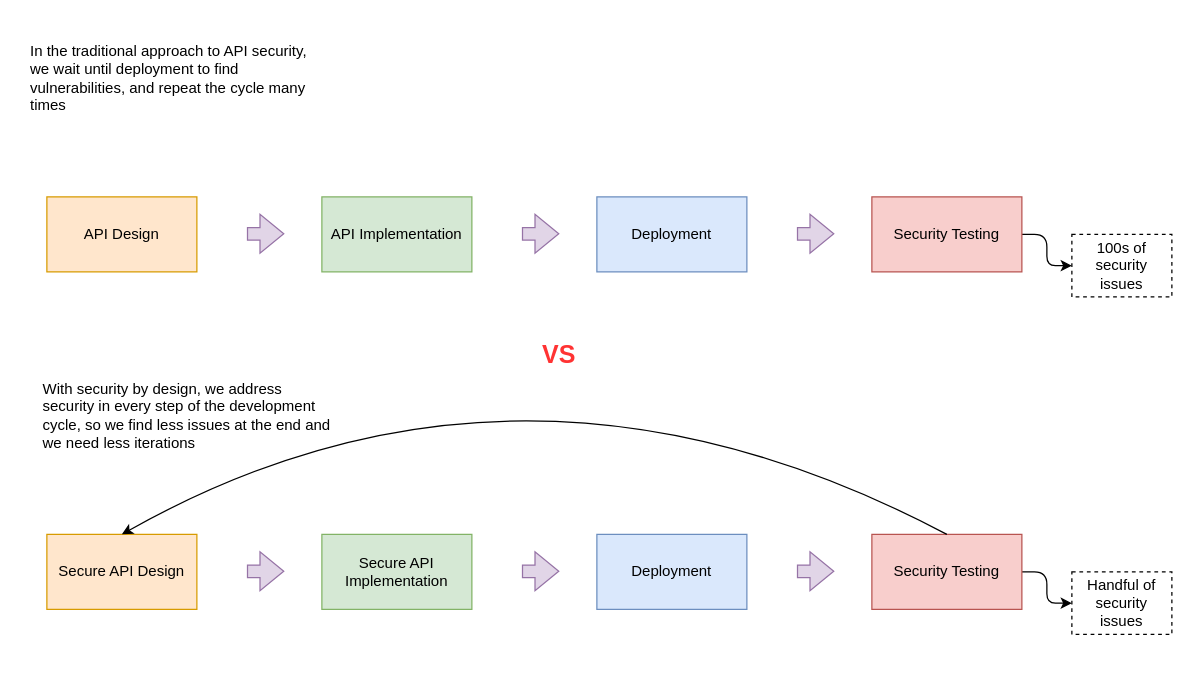
This is page "1.4" (4 of 7) of ch01.drawio from abunuwas/api-sec-book-imgs, a draw.io file, before an edit. Source tidied: cells renumbered, new cells numbered last; positions are measured from the earlier drawing's top-left corner, leaving out a move shared by most shapes. Both pictures are drawn from the tidied source at 125%, with x=0, y=0 at pixel (21, 21).
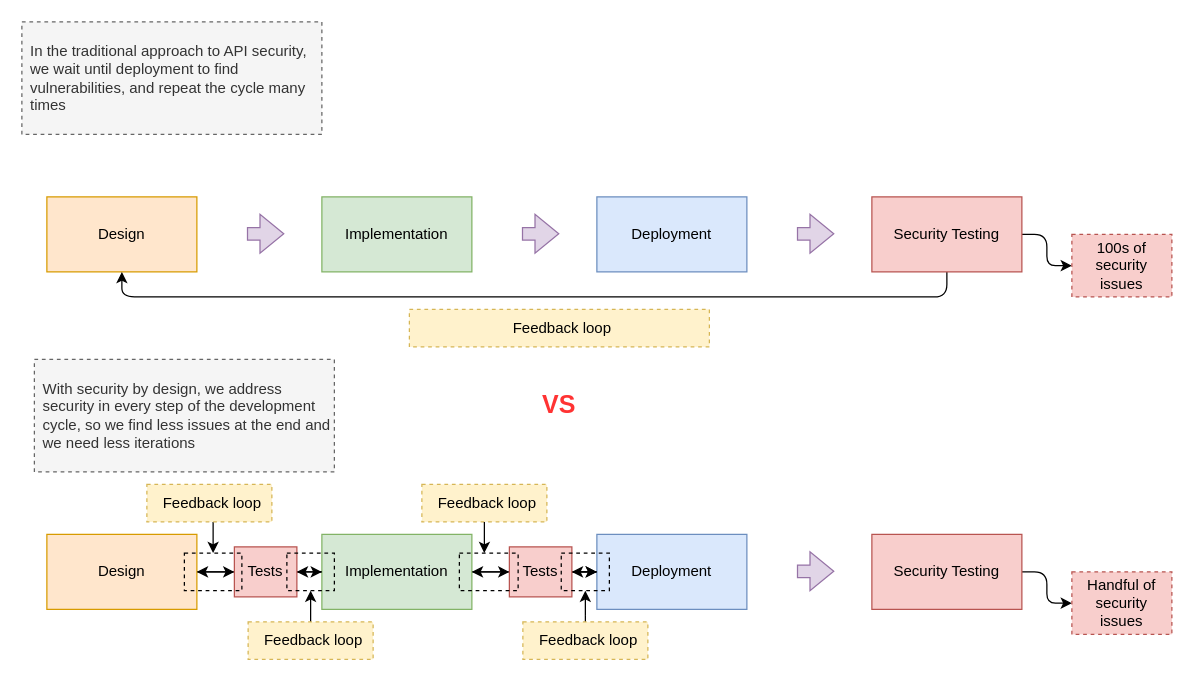
Above is the later version.

Unchanged cells that the change refers to:
```xml
<mxCell id="6" value="Security Testing" style="rounded=0;whiteSpace=wrap;html=1;fillColor=#f8cecc;strokeColor=#b85450;" parent="1" vertex="1">
  <mxGeometry x="680" y="140" width="120" height="60" as="geometry" />
</mxCell>
<mxCell id="12" value="Deployment" style="rounded=0;whiteSpace=wrap;html=1;fillColor=#dae8fc;strokeColor=#6c8ebf;" parent="1" vertex="1">
  <mxGeometry x="460" y="410" width="120" height="60" as="geometry" />
</mxCell>
<mxCell id="14" value="Security Testing" style="rounded=0;whiteSpace=wrap;html=1;fillColor=#f8cecc;strokeColor=#b85450;" parent="1" vertex="1">
  <mxGeometry x="680" y="410" width="120" height="60" as="geometry" />
</mxCell>
```

What changed in the source:
```diff
@@
-    <mxCell id="2" value="API Design" style="rounded=0;whiteSpace=wrap;html=1;fillColor=#ffe6cc;strokeColor=#d79b00;" parent="1" vertex="1">
+    <mxCell id="2" value="Design" style="rounded=0;whiteSpace=wrap;html=1;fillColor=#ffe6cc;strokeColor=#d79b00;" parent="1" vertex="1">
       <mxGeometry x="20" y="140" width="120" height="60" as="geometry" />
     </mxCell>
-    <mxCell id="3" value="API Implementation" style="rounded=0;whiteSpace=wrap;html=1;fillColor=#d5e8d4;strokeColor=#82b366;" parent="1" vertex="1">
+    <mxCell id="3" value="Implementation" style="rounded=0;whiteSpace=wrap;html=1;fillColor=#d5e8d4;strokeColor=#82b366;" parent="1" vertex="1">
       <mxGeometry x="240" y="140" width="120" height="60" as="geometry" />
     </mxCell>
@@
+    <mxCell id="24" style="edgeStyle=orthogonalEdgeStyle;rounded=1;jettySize=auto;html=1;entryX=0.5;entryY=1;entryDx=0;entryDy=0;curved=0;" parent="1" edge="1" source="6" target="2">
+      <mxGeometry relative="1" as="geometry">
+        <Array as="points">
+          <mxPoint x="740" y="220" />
+          <mxPoint x="80" y="220" />
+        </Array>
+      </mxGeometry>
+    </mxCell>
@@
+    <mxCell id="25" style="edgeStyle=orthogonalEdgeStyle;rounded=0;jettySize=auto;html=1;entryX=0;entryY=0.5;entryDx=0;entryDy=0;" parent="1" edge="1" source="10" target="31">
+      <mxGeometry relative="1" as="geometry" />
+    </mxCell>
-    <mxCell id="10" value="Secure API Design" style="rounded=0;whiteSpace=wrap;html=1;fillColor=#ffe6cc;strokeColor=#d79b00;" parent="1" vertex="1">
+    <mxCell id="10" value="Design" style="rounded=0;whiteSpace=wrap;html=1;fillColor=#ffe6cc;strokeColor=#d79b00;" parent="1" vertex="1">
       <mxGeometry x="20" y="410" width="120" height="60" as="geometry" />
     </mxCell>
+    <mxCell id="26" style="edgeStyle=orthogonalEdgeStyle;rounded=0;jettySize=auto;html=1;" parent="1" edge="1" source="11" target="35">
+      <mxGeometry relative="1" as="geometry" />
+    </mxCell>
+    <mxCell id="27" style="edgeStyle=orthogonalEdgeStyle;rounded=0;jettySize=auto;html=1;entryX=1;entryY=0.5;entryDx=0;entryDy=0;" parent="1" edge="1" source="11" target="31">
+      <mxGeometry relative="1" as="geometry" />
+    </mxCell>
-    <mxCell id="11" value="Secure API Implementation" style="rounded=0;whiteSpace=wrap;html=1;fillColor=#d5e8d4;strokeColor=#82b366;" parent="1" vertex="1">
+    <mxCell id="11" value="Implementation" style="rounded=0;whiteSpace=wrap;html=1;fillColor=#d5e8d4;strokeColor=#82b366;" parent="1" vertex="1">
       <mxGeometry x="240" y="410" width="120" height="60" as="geometry" />
     </mxCell>
+    <mxCell id="28" style="edgeStyle=orthogonalEdgeStyle;rounded=0;jettySize=auto;html=1;entryX=1;entryY=0.5;entryDx=0;entryDy=0;" parent="1" edge="1" source="12" target="35">
+      <mxGeometry relative="1" as="geometry" />
+    </mxCell>
@@
-    <mxCell id="15" style="shape=flexArrow;endArrow=classic;html=1;rounded=0;fillColor=#e1d5e7;strokeColor=#9673a6;" parent="1" edge="1">
-      <mxGeometry relative="1" as="geometry">
-        <mxPoint x="180" y="439.5" as="sourcePoint" />
-        <mxPoint x="210" y="439.5" as="targetPoint" />
-      </mxGeometry>
-    </mxCell>
-    <mxCell id="16" style="shape=flexArrow;endArrow=classic;html=1;rounded=0;fillColor=#e1d5e7;strokeColor=#9673a6;" parent="1" edge="1">
-      <mxGeometry relative="1" as="geometry">
-        <mxPoint x="400" y="439.5" as="sourcePoint" />
-        <mxPoint x="430" y="439.5" as="targetPoint" />
-      </mxGeometry>
-    </mxCell>
@@
-    <mxCell id="18" value="100s of security issues" style="text;html=1;strokeColor=default;fillColor=none;align=center;verticalAlign=middle;whiteSpace=wrap;rounded=0;dashed=1;" parent="1" vertex="1">
+    <mxCell id="18" value="100s of security issues" style="text;html=1;strokeColor=#b85450;fillColor=#f8cecc;align=center;verticalAlign=middle;whiteSpace=wrap;rounded=0;dashed=1;" parent="1" vertex="1">
       <mxGeometry x="840" y="170" width="80" height="50" as="geometry" />
     </mxCell>
-    <mxCell id="19" style="endArrow=classic;html=1;exitX=0.5;exitY=0;exitDx=0;exitDy=0;entryX=0.5;entryY=0;entryDx=0;entryDy=0;curved=1;" parent="1" edge="1" source="14" target="10">
-      <mxGeometry relative="1" as="geometry">
-        <Array as="points">
-          <mxPoint x="400" y="230" />
-        </Array>
-      </mxGeometry>
-    </mxCell>
-    <mxCell id="20" value="Handful of security issues" style="text;html=1;strokeColor=default;fillColor=none;align=center;verticalAlign=middle;whiteSpace=wrap;rounded=0;dashed=1;" parent="1" vertex="1">
+    <mxCell id="20" value="Handful of security issues" style="text;html=1;strokeColor=#b85450;fillColor=#f8cecc;align=center;verticalAlign=middle;whiteSpace=wrap;rounded=0;dashed=1;" parent="1" vertex="1">
       <mxGeometry x="840" y="440" width="80" height="50" as="geometry" />
     </mxCell>
     <mxCell id="21" value="VS" style="text;html=1;strokeColor=none;fillColor=none;align=center;verticalAlign=middle;whiteSpace=wrap;rounded=0;fontStyle=1;fontSize=20;fontColor=#FF3333;" parent="1" vertex="1">
-      <mxGeometry x="400" y="250" width="60" height="30" as="geometry" />
+      <mxGeometry x="400" y="290" width="60" height="30" as="geometry" />
     </mxCell>
-    <mxCell id="22" value="In the traditional approach to API security, we wait until deployment to find vulnerabilities, and repeat the cycle many times" style="text;html=1;strokeColor=none;fillColor=none;align=left;verticalAlign=middle;whiteSpace=wrap;rounded=0;spacingLeft=5;" parent="1" vertex="1">
+    <mxCell id="22" value="In the traditional approach to API security, we wait until deployment to find vulnerabilities, and repeat the cycle many times" style="text;html=1;strokeColor=#666666;fillColor=#f5f5f5;align=left;verticalAlign=middle;whiteSpace=wrap;rounded=0;spacingLeft=5;dashed=1;fontColor=#333333;" parent="1" vertex="1">
       <mxGeometry width="240" height="90" as="geometry" />
     </mxCell>
-    <mxCell id="23" value="With security by design, we address security in every step of the development cycle, so we find less issues at the end and we need less iterations" style="text;html=1;strokeColor=none;fillColor=none;align=left;verticalAlign=middle;whiteSpace=wrap;rounded=0;spacingLeft=5;" parent="1" vertex="1">
+    <mxCell id="23" value="With security by design, we address security in every step of the development cycle, so we find less issues at the end and we need less iterations" style="text;html=1;strokeColor=#666666;fillColor=#f5f5f5;align=left;verticalAlign=middle;whiteSpace=wrap;rounded=0;spacingLeft=5;dashed=1;fontColor=#333333;" parent="1" vertex="1">
       <mxGeometry x="10" y="270" width="240" height="90" as="geometry" />
     </mxCell>
+    <mxCell id="29" style="edgeStyle=orthogonalEdgeStyle;rounded=0;jettySize=auto;html=1;" parent="1" edge="1" source="31">
+      <mxGeometry relative="1" as="geometry">
+        <mxPoint x="140" y="440" as="targetPoint" />
+      </mxGeometry>
+    </mxCell>
+    <mxCell id="30" style="edgeStyle=orthogonalEdgeStyle;rounded=0;jettySize=auto;html=1;entryX=0;entryY=0.5;entryDx=0;entryDy=0;" parent="1" edge="1" source="31" target="11">
+      <mxGeometry relative="1" as="geometry" />
+    </mxCell>
+    <mxCell id="31" value="Tests" style="rounded=0;whiteSpace=wrap;html=1;fillColor=#f8cecc;strokeColor=#b85450;" parent="1" vertex="1">
+      <mxGeometry x="170" y="420" width="50" height="40" as="geometry" />
+    </mxCell>
+    <mxCell id="32" style="edgeStyle=orthogonalEdgeStyle;rounded=0;jettySize=auto;html=1;entryX=0;entryY=0.5;entryDx=0;entryDy=0;" parent="1" edge="1" source="35" target="12">
+      <mxGeometry relative="1" as="geometry" />
+    </mxCell>
+    <mxCell id="33" style="edgeStyle=orthogonalEdgeStyle;rounded=0;jettySize=auto;html=1;" parent="1" edge="1" source="35" target="11">
+      <mxGeometry relative="1" as="geometry" />
+    </mxCell>
+    <mxCell id="34" style="edgeStyle=orthogonalEdgeStyle;rounded=0;jettySize=auto;html=1;" parent="1" edge="1" source="35">
+      <mxGeometry relative="1" as="geometry">
+        <mxPoint x="460" y="440" as="targetPoint" />
+      </mxGeometry>
+    </mxCell>
+    <mxCell id="35" value="Tests" style="rounded=0;whiteSpace=wrap;html=1;fillColor=#f8cecc;strokeColor=#b85450;" parent="1" vertex="1">
+      <mxGeometry x="390" y="420" width="50" height="40" as="geometry" />
+    </mxCell>
+    <mxCell id="36" value="Feedback loop" style="text;html=1;strokeColor=#d6b656;fillColor=#fff2cc;align=center;verticalAlign=middle;whiteSpace=wrap;rounded=0;spacingLeft=5;dashed=1;" parent="1" vertex="1">
+      <mxGeometry x="310" y="230" width="240" height="30" as="geometry" />
+    </mxCell>
+    <mxCell id="37" style="edgeStyle=orthogonalEdgeStyle;rounded=0;jettySize=auto;html=1;entryX=0.5;entryY=0;entryDx=0;entryDy=0;" parent="1" edge="1" source="38" target="44">
+      <mxGeometry relative="1" as="geometry">
+        <Array as="points">
+          <mxPoint x="153" y="420" />
+          <mxPoint x="153" y="420" />
+        </Array>
+      </mxGeometry>
+    </mxCell>
+    <mxCell id="38" value="Feedback loop" style="text;html=1;strokeColor=#d6b656;fillColor=#fff2cc;align=center;verticalAlign=middle;whiteSpace=wrap;rounded=0;spacingLeft=5;dashed=1;" parent="1" vertex="1">
+      <mxGeometry x="100" y="370" width="100" height="30" as="geometry" />
+    </mxCell>
+    <mxCell id="39" style="edgeStyle=orthogonalEdgeStyle;rounded=0;jettySize=auto;html=1;entryX=0.5;entryY=1;entryDx=0;entryDy=0;" parent="1" edge="1" source="40" target="47">
+      <mxGeometry relative="1" as="geometry" />
+    </mxCell>
+    <mxCell id="40" value="Feedback loop" style="text;html=1;strokeColor=#d6b656;fillColor=#fff2cc;align=center;verticalAlign=middle;whiteSpace=wrap;rounded=0;spacingLeft=5;dashed=1;" parent="1" vertex="1">
+      <mxGeometry x="181" y="480" width="100" height="30" as="geometry" />
+    </mxCell>
+    <mxCell id="41" value="Feedback loop" style="text;html=1;strokeColor=#d6b656;fillColor=#fff2cc;align=center;verticalAlign=middle;whiteSpace=wrap;rounded=0;spacingLeft=5;dashed=1;" parent="1" vertex="1">
+      <mxGeometry x="320" y="370" width="100" height="30" as="geometry" />
+    </mxCell>
+    <mxCell id="42" style="edgeStyle=orthogonalEdgeStyle;rounded=0;jettySize=auto;html=1;entryX=0.5;entryY=1;entryDx=0;entryDy=0;" parent="1" edge="1" source="43" target="48">
+      <mxGeometry relative="1" as="geometry" />
+    </mxCell>
+    <mxCell id="43" value="Feedback loop" style="text;html=1;strokeColor=#d6b656;fillColor=#fff2cc;align=center;verticalAlign=middle;whiteSpace=wrap;rounded=0;spacingLeft=5;dashed=1;" parent="1" vertex="1">
+      <mxGeometry x="400.8" y="480" width="100" height="30" as="geometry" />
+    </mxCell>
+    <mxCell id="44" style="text;html=1;align=center;verticalAlign=middle;whiteSpace=wrap;rounded=0;strokeColor=default;dashed=1;" parent="1" vertex="1">
+      <mxGeometry x="130" y="425" width="46" height="30" as="geometry" />
+    </mxCell>
+    <mxCell id="45" style="text;html=1;align=center;verticalAlign=middle;whiteSpace=wrap;rounded=0;strokeColor=default;dashed=1;" parent="1" vertex="1">
+      <mxGeometry x="350" y="425" width="47" height="30" as="geometry" />
+    </mxCell>
+    <mxCell id="46" style="edgeStyle=orthogonalEdgeStyle;rounded=0;jettySize=auto;html=1;entryX=0.424;entryY=-0.003;entryDx=0;entryDy=0;entryPerimeter=0;" parent="1" edge="1" source="41" target="45">
+      <mxGeometry relative="1" as="geometry" />
+    </mxCell>
+    <mxCell id="47" style="text;html=1;align=center;verticalAlign=middle;whiteSpace=wrap;rounded=0;strokeColor=default;dashed=1;" parent="1" vertex="1">
+      <mxGeometry x="212" y="425" width="38" height="30" as="geometry" />
+    </mxCell>
+    <mxCell id="48" style="text;html=1;align=center;verticalAlign=middle;whiteSpace=wrap;rounded=0;strokeColor=default;dashed=1;" parent="1" vertex="1">
+      <mxGeometry x="431.5" y="425" width="38.5" height="30" as="geometry" />
+    </mxCell>
```
